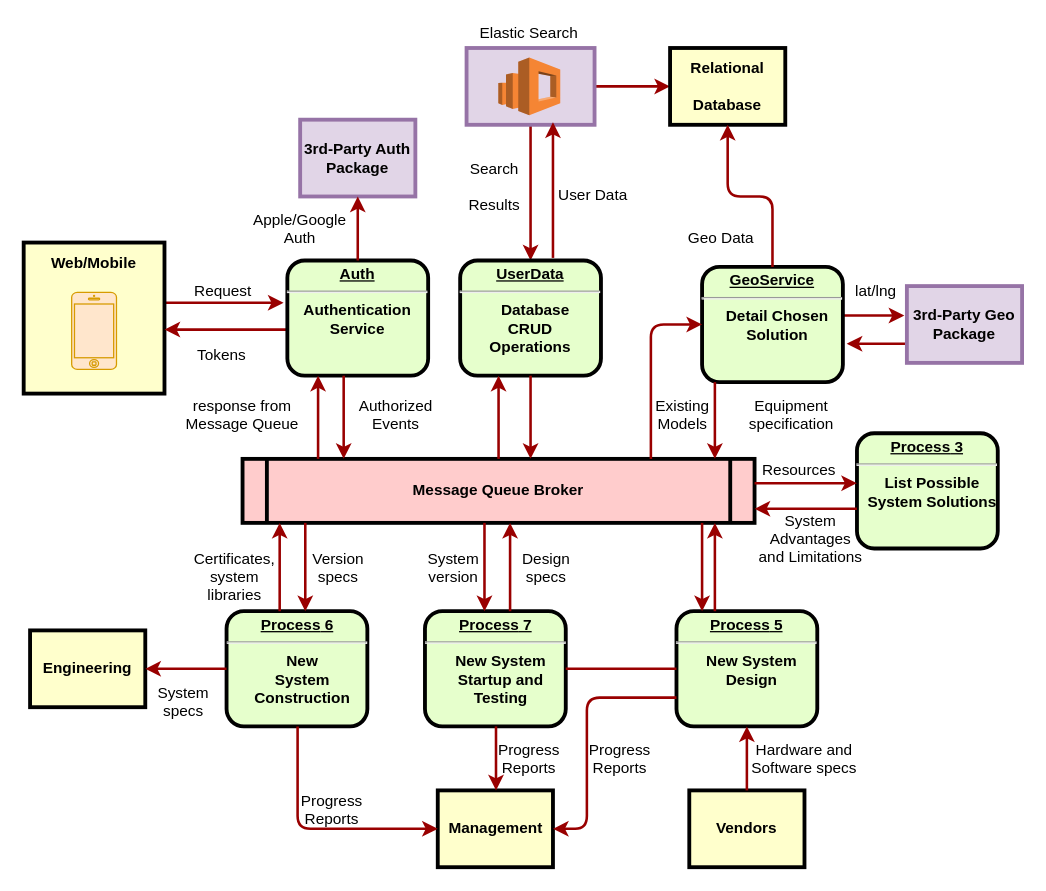
Above: forumsCalvin/Untitled Diagram.drawio in ChihHaoChen/diagrams (draw.io), before the change. Source tidied: cells renumbered, new cells numbered last; positions are measured from the earlier drawing's top-left corner, leaving out a move shared by most shapes. Both pictures are drawn from the tidied source at 128%, with x=0, y=0 at pixel (23, 22).
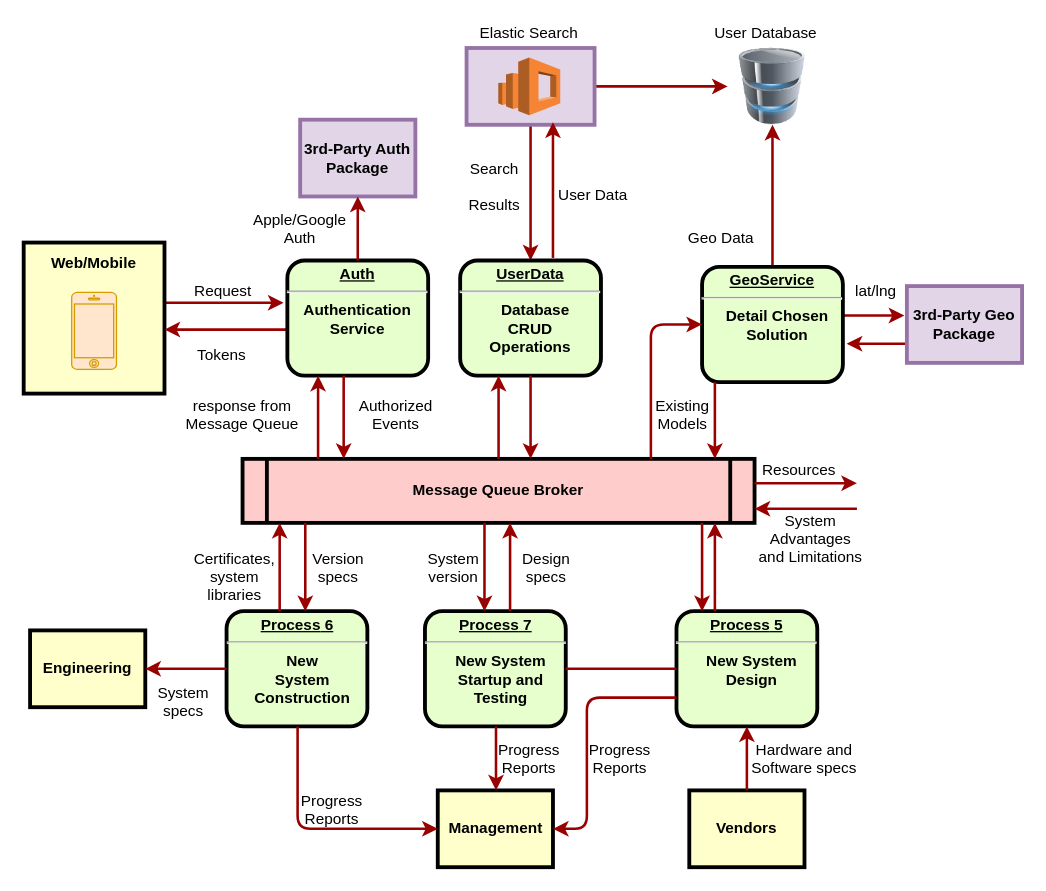
Above is the later version.

Unchanged cells that the change refers to:
```xml
<mxCell id="4" style="whiteSpace=wrap;align=center;verticalAlign=middle;fontStyle=1;strokeWidth=3;fillColor=#e1d5e7;strokeColor=#9673a6;" parent="1" vertex="1">
  <mxGeometry x="346" y="20" width="100" height="60" as="geometry" />
</mxCell>
<mxCell id="10" value="Message Queue Broker" style="shape=process;whiteSpace=wrap;align=center;verticalAlign=middle;size=0.0475;fontStyle=1;strokeWidth=3;fillColor=#FFCCCC;" parent="1" vertex="1">
  <mxGeometry x="171" y="341" width="400" height="50" as="geometry" />
</mxCell>
<mxCell id="14" value="&lt;p style=&quot;margin: 0px ; margin-top: 4px ; text-align: center ; text-decoration: underline&quot;&gt;&lt;strong&gt;&lt;strong&gt;GeoService&lt;/strong&gt;&lt;br&gt;&lt;/strong&gt;&lt;/p&gt;&lt;hr&gt;&lt;p style=&quot;margin: 0px ; margin-left: 8px&quot;&gt;Detail Chosen&lt;/p&gt;&lt;p style=&quot;margin: 0px ; margin-left: 8px&quot;&gt;Solution&lt;/p&gt;" style="verticalAlign=middle;align=center;overflow=fill;fontSize=12;fontFamily=Helvetica;html=1;rounded=1;fontStyle=1;strokeWidth=3;fillColor=#E6FFCC;" parent="1" vertex="1">
  <mxGeometry x="530" y="191" width="110" height="90" as="geometry" />
</mxCell>
```

What changed in the source:
```diff
@@
-    <mxCell id="2" style="edgeStyle=orthogonalEdgeStyle;rounded=1;jettySize=auto;html=1;strokeColor=#990000;strokeWidth=2;" parent="1" edge="1" source="4" target="17">
-      <mxGeometry relative="1" as="geometry" />
-    </mxCell>
@@
+    <mxCell id="72" style="edgeStyle=orthogonalEdgeStyle;rounded=1;jettySize=auto;html=1;strokeColor=#990000;strokeWidth=2;" parent="1" edge="1" source="4" target="74">
+      <mxGeometry relative="1" as="geometry" />
+    </mxCell>
@@
-    <mxCell id="12" value="&lt;p style=&quot;margin: 0px; margin-top: 4px; text-align: center; text-decoration: underline;&quot;&gt;&lt;strong&gt;&lt;strong&gt;Process&lt;/strong&gt; 3&lt;br /&gt;&lt;/strong&gt;&lt;/p&gt;&lt;hr /&gt;&lt;p style=&quot;margin: 0px; margin-left: 8px;&quot;&gt;List Possible&lt;/p&gt;&lt;p style=&quot;margin: 0px; margin-left: 8px;&quot;&gt;System Solutions&lt;/p&gt;" style="verticalAlign=middle;align=center;overflow=fill;fontSize=12;fontFamily=Helvetica;html=1;rounded=1;fontStyle=1;strokeWidth=3;fillColor=#E6FFCC;" parent="1" vertex="1">
-      <mxGeometry x="651" y="321" width="110" height="90" as="geometry" />
-    </mxCell>
@@
+    <mxCell id="73" style="edgeStyle=orthogonalEdgeStyle;rounded=1;jettySize=auto;html=1;strokeColor=#990000;strokeWidth=2;" parent="1" edge="1" source="14" target="74">
+      <mxGeometry relative="1" as="geometry" />
+    </mxCell>
@@
-    <mxCell id="17" value="Relational&#10;&#10;Database" style="whiteSpace=wrap;align=center;verticalAlign=middle;fontStyle=1;strokeWidth=3;fillColor=#FFFFCC;" parent="1" vertex="1">
-      <mxGeometry x="505" y="20" width="90" height="60" as="geometry" />
-    </mxCell>
@@
-    <mxCell id="33" style="edgeStyle=elbowEdgeStyle;elbow=vertical;entryX=0.5;entryY=1;strokeColor=#990000;strokeWidth=2;entryDx=0;entryDy=0;" parent="1" edge="1" source="14" target="17">
-      <mxGeometry relative="1" as="geometry" />
-    </mxCell>
@@
-    <mxCell id="37" value="Equipment&#10;specification" style="text;spacingTop=-5;align=center;" parent="1" vertex="1">
-      <mxGeometry x="585" y="291" width="30" height="20" as="geometry" />
-    </mxCell>
-    <mxCell id="38" style="edgeStyle=elbowEdgeStyle;elbow=vertical;strokeColor=#990000;strokeWidth=2;" parent="1" edge="1" source="10" target="12">
+    <mxCell id="38" style="edgeStyle=elbowEdgeStyle;elbow=vertical;strokeColor=#990000;strokeWidth=2;" parent="1" edge="1" source="10">
       <mxGeometry relative="1" as="geometry">
+        <mxPoint x="651" y="360" as="targetPoint" />
         <Array as="points">
           <mxPoint x="620" y="360" />
         </Array>
       </mxGeometry>
     </mxCell>
-    <mxCell id="39" style="edgeStyle=elbowEdgeStyle;elbow=vertical;strokeColor=#990000;strokeWidth=2;" parent="1" edge="1" source="12" target="10">
+    <mxCell id="39" style="edgeStyle=elbowEdgeStyle;elbow=vertical;strokeColor=#990000;strokeWidth=2;" parent="1" edge="1" target="10">
       <mxGeometry relative="1" as="geometry">
+        <mxPoint x="651" y="380" as="sourcePoint" />
         <Array as="points">
           <mxPoint x="620" y="380" />
         </Array>
       </mxGeometry>
     </mxCell>
@@
+    <mxCell id="74" style="image;html=1;image=img/lib/clip_art/computers/Database_128x128.png;" parent="1" vertex="1">
+      <mxGeometry x="550" y="20" width="70" height="60" as="geometry" />
+    </mxCell>
+    <mxCell id="75" value="User Database" style="text;spacingTop=-5;align=center;" parent="1" vertex="1">
+      <mxGeometry x="565" width="30" height="20" as="geometry" />
+    </mxCell>
```
